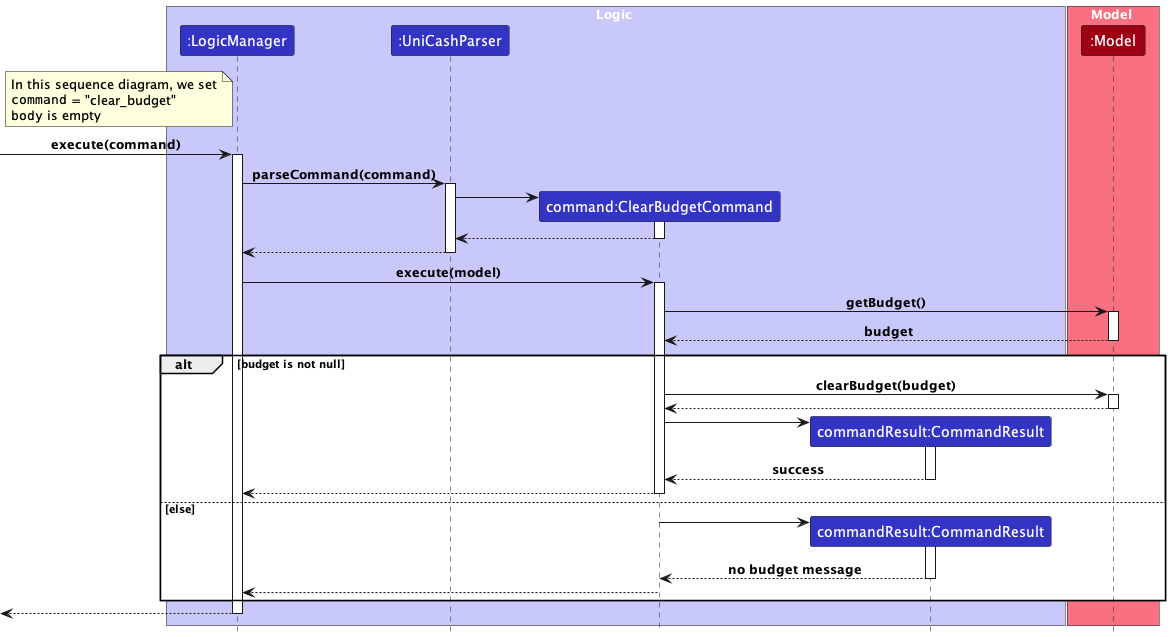
This is docs/images/unicash/budget-management/ClearBudgetSequenceDiagram.png from woojiahao/tp, a PlantUML export, as it was before one commit. Source of this version:
```plantuml
@startuml
!include ../../style.puml

skinparam noteTextAlignment left

box Logic LOGIC_COLOR_T1
participant ":LogicManager" as LogicManager LOGIC_COLOR
participant ":UniCashParser" as UniCashParser LOGIC_COLOR
participant "command:ClearBudgetCommand" as ClearBudgetCommand LOGIC_COLOR
participant "commandResult:CommandResult" as CommandResult LOGIC_COLOR


end box

box Model MODEL_COLOR_T1
participant ":Model" as Model MODEL_COLOR
end box

note left LogicManager
In this sequence diagram, we set
""command"" = "clear_budget"
""body"" is empty
end note

[-> LogicManager : execute(command)
activate LogicManager

LogicManager -> UniCashParser : parseCommand(command)
activate UniCashParser

create ClearBudgetCommand
UniCashParser -> ClearBudgetCommand
activate ClearBudgetCommand
ClearBudgetCommand --> UniCashParser
deactivate ClearBudgetCommand

UniCashParser --> LogicManager
deactivate UniCashParser

LogicManager -> ClearBudgetCommand : execute(model)
activate ClearBudgetCommand

ClearBudgetCommand -> Model : getBudget()
activate Model
Model --> ClearBudgetCommand : budget
deactivate Model

alt budget is not null

    ClearBudgetCommand -> Model : clearBudget(budget)
    activate Model
    Model --> ClearBudgetCommand
    deactivate Model

    create CommandResult
    ClearBudgetCommand -> CommandResult
    activate CommandResult

    CommandResult --> ClearBudgetCommand : success
    deactivate CommandResult

    ClearBudgetCommand --> LogicManager
    deactivate ClearBudgetCommand

else else

    create CommandResult
    ClearBudgetCommand -> CommandResult
    activate CommandResult

    CommandResult --> ClearBudgetCommand : no budget message
    deactivate CommandResult

    ClearBudgetCommand --> LogicManager
    deactivate ClearBudgetCommand

end

[<--LogicManager
deactivate LogicManager
@enduml
```
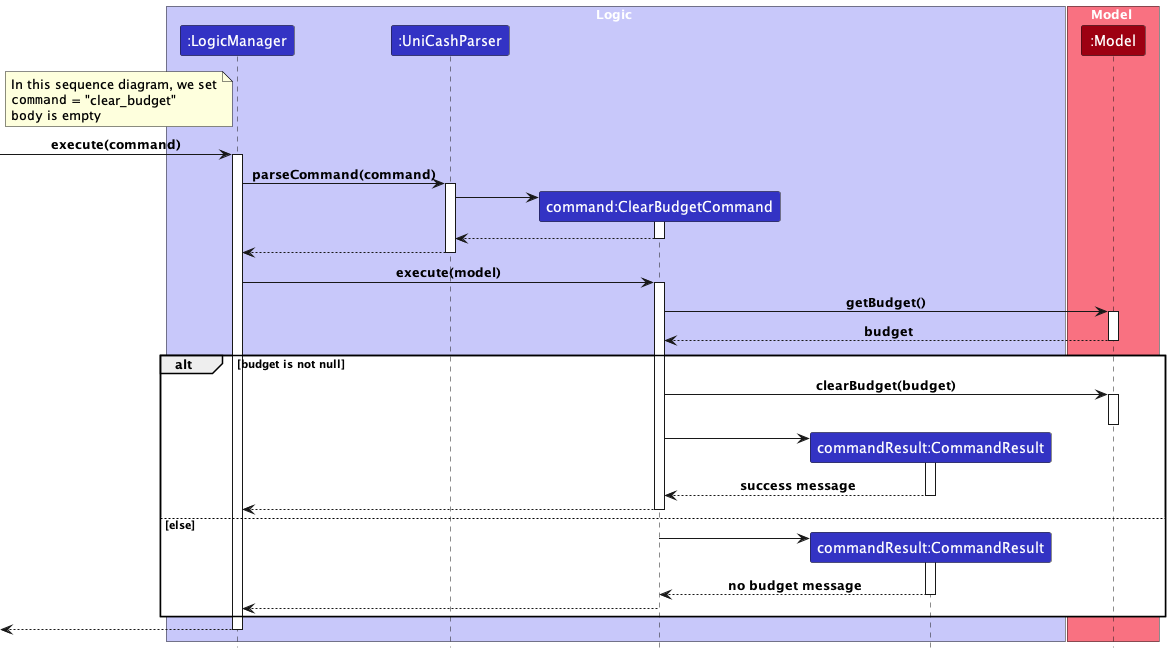
After the commit.

Diff of the diagram source:
```diff
@@ -49,14 +49,13 @@
 
     ClearBudgetCommand -> Model : clearBudget(budget)
     activate Model
-    Model --> ClearBudgetCommand
     deactivate Model
 
     create CommandResult
     ClearBudgetCommand -> CommandResult
     activate CommandResult
 
-    CommandResult --> ClearBudgetCommand : success
+    CommandResult --> ClearBudgetCommand : success message
     deactivate CommandResult
 
     ClearBudgetCommand --> LogicManager
```
